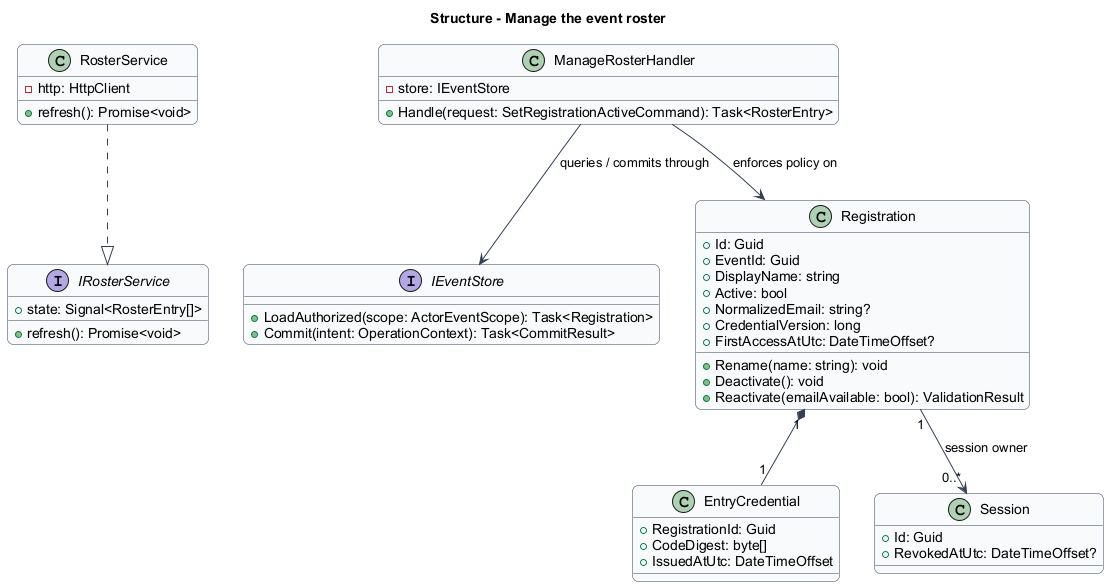
QuinntyneBrown/faithtech-toronto-ai-build-event keeps this PlantUML diagram as docs/detailed-designs/event-administration/manage-roster/diagrams/classes.png. Above is the earlier version.
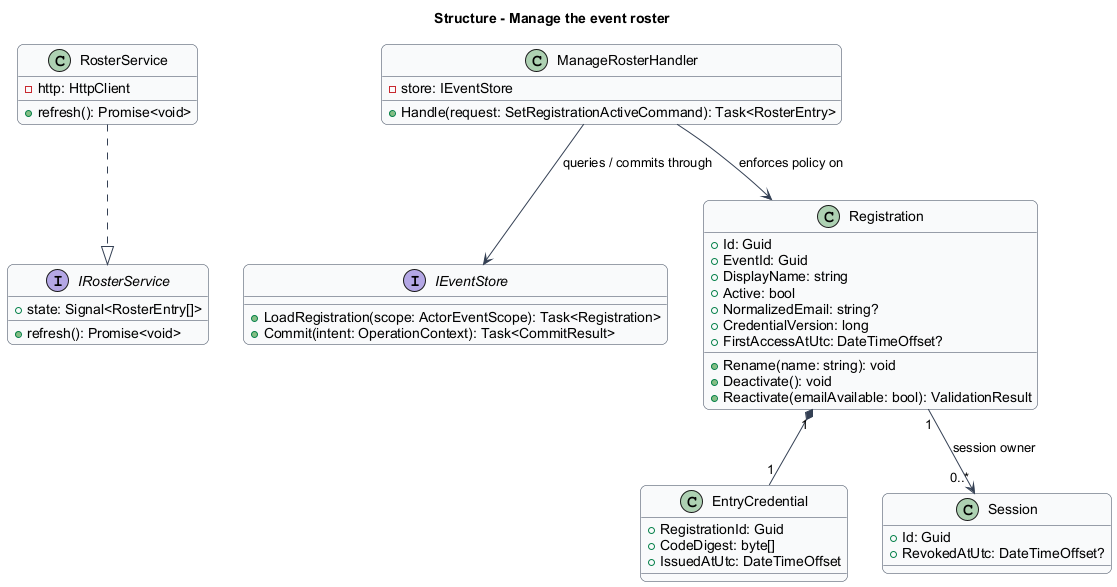
After the change.

Change to the diagram source:
```diff
@@ -22,7 +22,7 @@
   +Handle(request: SetRegistrationActiveCommand): Task<RosterEntry>
 }
 interface IEventStore {
-  +LoadAuthorized(scope: ActorEventScope): Task<Registration>
+  +LoadRegistration(scope: ActorEventScope): Task<Registration>
   +Commit(intent: OperationContext): Task<CommitResult>
 }
 class Registration {
```
